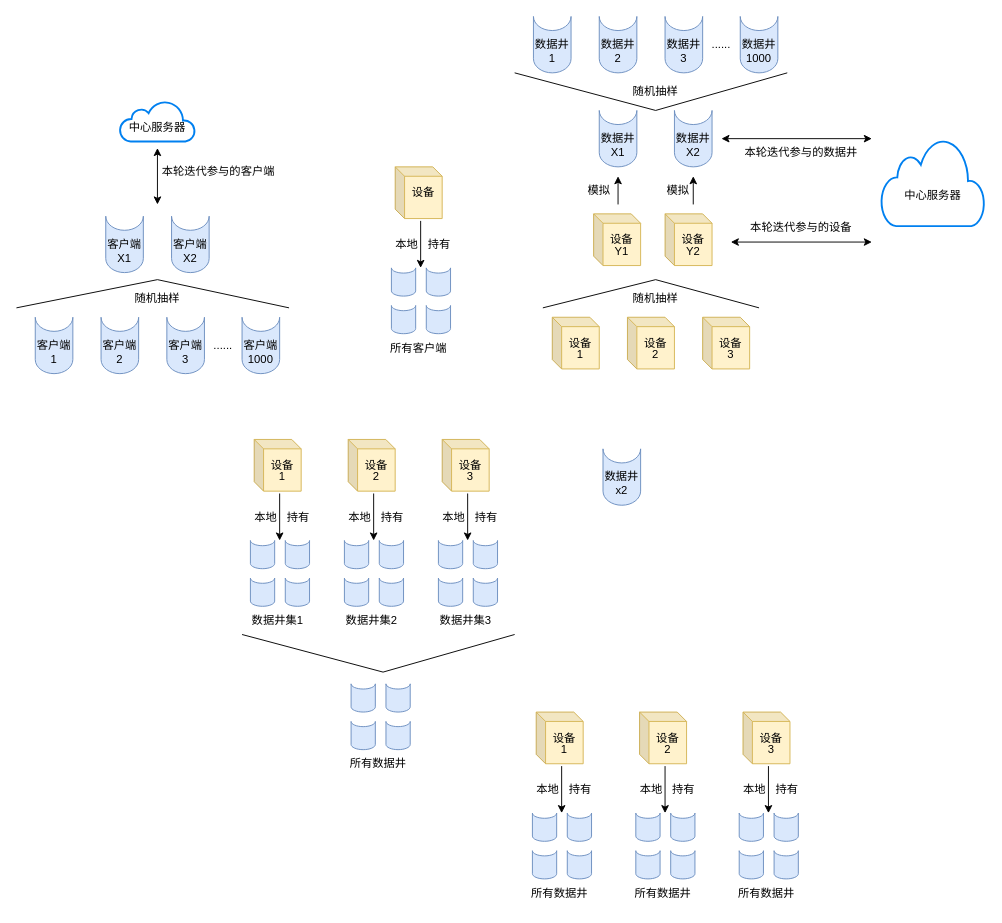
Earlier version of the draw.io diagram Untitled Diagram.drawio (DiamondDocument/DiamondDocument). Source tidied: cells renumbered, new cells numbered last; positions are measured from the earlier drawing's top-left corner, leaving out a move shared by most shapes. Both pictures are drawn from the tidied source at 94%, with x=0, y=0 at pixel (16, 16).
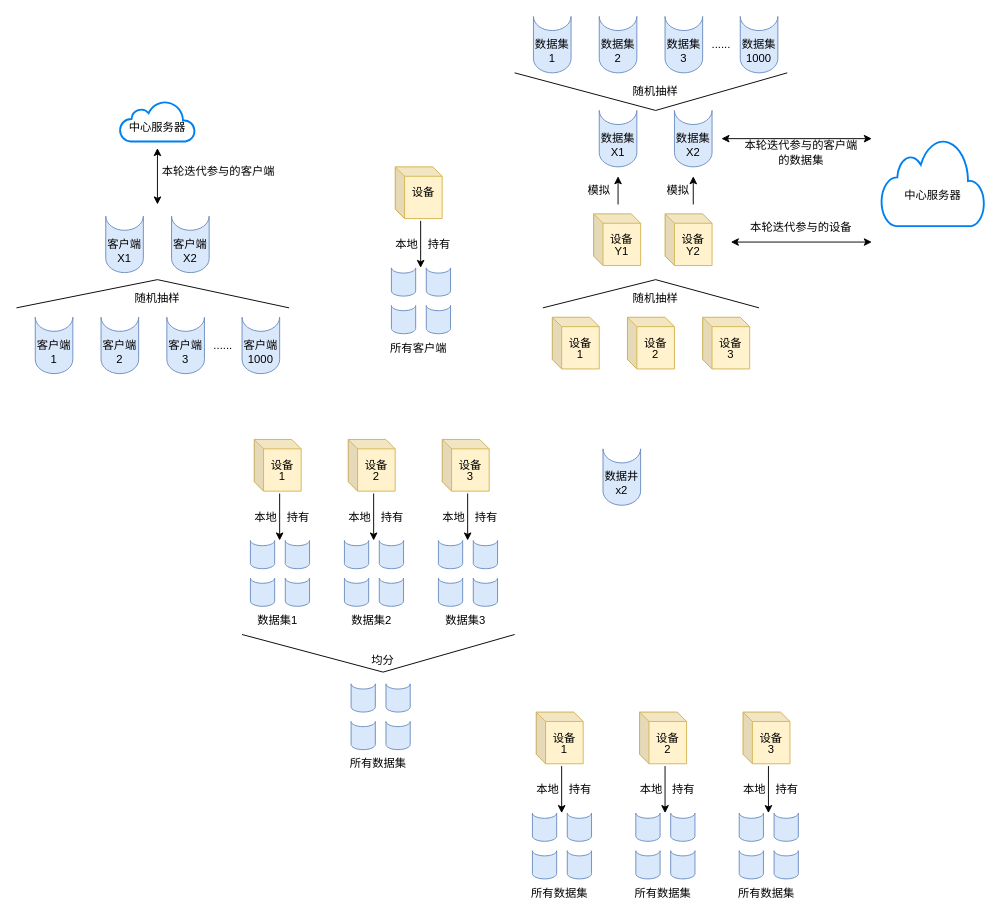
The same diagram, later.

The change refers to these unchanged cells:
```xml
<mxCell id="79" style="group;" parent="1" vertex="1">
  <mxGeometry x="610" y="100" width="60" height="60" as="geometry" />
</mxCell>
<mxCell id="85" style="group;" parent="1" vertex="1">
  <mxGeometry x="690" y="100" width="60" height="60" as="geometry" />
</mxCell>
<mxCell id="91" style="group;" parent="90" vertex="1">
  <mxGeometry width="60" height="60" as="geometry" />
</mxCell>
<mxCell id="95" style="group;" parent="90" vertex="1">
  <mxGeometry x="70" width="60" height="60" as="geometry" />
</mxCell>
<mxCell id="99" style="group;" parent="90" vertex="1">
  <mxGeometry x="220" width="60" height="60" as="geometry" />
</mxCell>
<mxCell id="104" style="group;" parent="90" vertex="1">
  <mxGeometry x="140" width="60" height="60" as="geometry" />
</mxCell>
<mxCell id="123" style="group;" parent="118" vertex="1">
  <mxGeometry x="12.9" y="107.5" width="70" height="100" as="geometry" />
</mxCell>
<mxCell id="137" style="group;" parent="132" vertex="1">
  <mxGeometry x="12.9" y="107.5" width="70" height="100" as="geometry" />
</mxCell>
<mxCell id="151" style="group;" parent="146" vertex="1">
  <mxGeometry x="12.9" y="107.5" width="70" height="100" as="geometry" />
</mxCell>
<mxCell id="160" style="group;" parent="1" vertex="1">
  <mxGeometry x="350" y="710" width="70" height="100" as="geometry" />
</mxCell>
<mxCell id="173" style="group;" parent="168" vertex="1">
  <mxGeometry x="12.9" y="107.5" width="70" height="100" as="geometry" />
</mxCell>
<mxCell id="187" style="group;" parent="182" vertex="1">
  <mxGeometry x="12.9" y="107.5" width="70" height="100" as="geometry" />
</mxCell>
<mxCell id="201" style="group;" parent="196" vertex="1">
  <mxGeometry x="12.9" y="107.5" width="70" height="100" as="geometry" />
</mxCell>
```

What changed in the source:
```diff
@@
-    <mxCell id="81" value="数据井" style="text;html=1;strokeColor=none;fillColor=none;align=center;verticalAlign=middle;whiteSpace=wrap;rounded=0;" parent="79" vertex="1">
+    <mxCell id="81" value="数据集" style="text;html=1;strokeColor=none;fillColor=none;align=center;verticalAlign=middle;whiteSpace=wrap;rounded=0;" parent="79" vertex="1">
       <mxGeometry y="15" width="60" height="30" as="geometry" />
     </mxCell>
@@
-    <mxCell id="87" value="数据井" style="text;html=1;strokeColor=none;fillColor=none;align=center;verticalAlign=middle;whiteSpace=wrap;rounded=0;" parent="85" vertex="1">
+    <mxCell id="87" value="数据集" style="text;html=1;strokeColor=none;fillColor=none;align=center;verticalAlign=middle;whiteSpace=wrap;rounded=0;" parent="85" vertex="1">
       <mxGeometry y="15" width="60" height="30" as="geometry" />
     </mxCell>
@@
-    <mxCell id="93" value="数据井" style="text;html=1;strokeColor=none;fillColor=none;align=center;verticalAlign=middle;whiteSpace=wrap;rounded=0;" parent="91" vertex="1">
+    <mxCell id="93" value="数据集" style="text;html=1;strokeColor=none;fillColor=none;align=center;verticalAlign=middle;whiteSpace=wrap;rounded=0;" parent="91" vertex="1">
       <mxGeometry y="15" width="60" height="30" as="geometry" />
     </mxCell>
@@
-    <mxCell id="97" value="数据井" style="text;html=1;strokeColor=none;fillColor=none;align=center;verticalAlign=middle;whiteSpace=wrap;rounded=0;" parent="95" vertex="1">
+    <mxCell id="97" value="数据集" style="text;html=1;strokeColor=none;fillColor=none;align=center;verticalAlign=middle;whiteSpace=wrap;rounded=0;" parent="95" vertex="1">
       <mxGeometry y="15" width="60" height="30" as="geometry" />
     </mxCell>
@@
-    <mxCell id="101" value="数据井" style="text;html=1;strokeColor=none;fillColor=none;align=center;verticalAlign=middle;whiteSpace=wrap;rounded=0;" parent="99" vertex="1">
+    <mxCell id="101" value="数据集" style="text;html=1;strokeColor=none;fillColor=none;align=center;verticalAlign=middle;whiteSpace=wrap;rounded=0;" parent="99" vertex="1">
       <mxGeometry y="15" width="60" height="30" as="geometry" />
     </mxCell>
@@
-    <mxCell id="106" value="数据井" style="text;html=1;strokeColor=none;fillColor=none;align=center;verticalAlign=middle;whiteSpace=wrap;rounded=0;" parent="104" vertex="1">
+    <mxCell id="106" value="数据集" style="text;html=1;strokeColor=none;fillColor=none;align=center;verticalAlign=middle;whiteSpace=wrap;rounded=0;" parent="104" vertex="1">
       <mxGeometry y="15" width="60" height="30" as="geometry" />
     </mxCell>
@@
-    <mxCell id="116" value="本轮迭代参与的数据井" style="text;html=1;strokeColor=none;fillColor=none;align=center;verticalAlign=middle;whiteSpace=wrap;rounded=0;" parent="1" vertex="1">
+    <mxCell id="116" value="本轮迭代参与的客户端的数据集" style="text;html=1;strokeColor=none;fillColor=none;align=center;verticalAlign=middle;whiteSpace=wrap;rounded=0;" parent="1" vertex="1">
       <mxGeometry x="770" y="130" width="130" height="30" as="geometry" />
     </mxCell>
@@
-    <mxCell id="128" value="数据井集1" style="text;html=1;strokeColor=none;fillColor=none;align=center;verticalAlign=middle;whiteSpace=wrap;rounded=0;" parent="123" vertex="1">
+    <mxCell id="128" value="数据集1" style="text;html=1;strokeColor=none;fillColor=none;align=center;verticalAlign=middle;whiteSpace=wrap;rounded=0;" parent="123" vertex="1">
       <mxGeometry y="70" width="70" height="30" as="geometry" />
     </mxCell>
@@
-    <mxCell id="142" value="数据井集2" style="text;html=1;strokeColor=none;fillColor=none;align=center;verticalAlign=middle;whiteSpace=wrap;rounded=0;" parent="137" vertex="1">
+    <mxCell id="142" value="数据集2" style="text;html=1;strokeColor=none;fillColor=none;align=center;verticalAlign=middle;whiteSpace=wrap;rounded=0;" parent="137" vertex="1">
       <mxGeometry y="70" width="70" height="30" as="geometry" />
     </mxCell>
@@
-    <mxCell id="156" value="数据井集3" style="text;html=1;strokeColor=none;fillColor=none;align=center;verticalAlign=middle;whiteSpace=wrap;rounded=0;" parent="151" vertex="1">
+    <mxCell id="156" value="数据集3" style="text;html=1;strokeColor=none;fillColor=none;align=center;verticalAlign=middle;whiteSpace=wrap;rounded=0;" parent="151" vertex="1">
       <mxGeometry y="70" width="70" height="30" as="geometry" />
     </mxCell>
@@
-    <mxCell id="165" value="所有数据井" style="text;html=1;strokeColor=none;fillColor=none;align=center;verticalAlign=middle;whiteSpace=wrap;rounded=0;" parent="160" vertex="1">
+    <mxCell id="165" value="所有数据集" style="text;html=1;strokeColor=none;fillColor=none;align=center;verticalAlign=middle;whiteSpace=wrap;rounded=0;" parent="160" vertex="1">
       <mxGeometry y="70" width="70" height="30" as="geometry" />
     </mxCell>
@@
-    <mxCell id="178" value="所有数据井" style="text;html=1;strokeColor=none;fillColor=none;align=center;verticalAlign=middle;whiteSpace=wrap;rounded=0;" parent="173" vertex="1">
+    <mxCell id="178" value="所有数据集" style="text;html=1;strokeColor=none;fillColor=none;align=center;verticalAlign=middle;whiteSpace=wrap;rounded=0;" parent="173" vertex="1">
       <mxGeometry y="70" width="70" height="30" as="geometry" />
     </mxCell>
@@
-    <mxCell id="192" value="所有数据井" style="text;html=1;strokeColor=none;fillColor=none;align=center;verticalAlign=middle;whiteSpace=wrap;rounded=0;" parent="187" vertex="1">
+    <mxCell id="192" value="所有数据集" style="text;html=1;strokeColor=none;fillColor=none;align=center;verticalAlign=middle;whiteSpace=wrap;rounded=0;" parent="187" vertex="1">
       <mxGeometry y="70" width="70" height="30" as="geometry" />
     </mxCell>
@@
-    <mxCell id="206" value="所有数据井" style="text;html=1;strokeColor=none;fillColor=none;align=center;verticalAlign=middle;whiteSpace=wrap;rounded=0;" parent="201" vertex="1">
+    <mxCell id="206" value="所有数据集" style="text;html=1;strokeColor=none;fillColor=none;align=center;verticalAlign=middle;whiteSpace=wrap;rounded=0;" parent="201" vertex="1">
       <mxGeometry y="70" width="70" height="30" as="geometry" />
     </mxCell>
@@
+    <mxCell id="210" value="均分" style="text;html=1;strokeColor=none;fillColor=none;align=center;verticalAlign=middle;whiteSpace=wrap;rounded=0;" parent="1" vertex="1">
+      <mxGeometry x="360" y="670" width="60" height="30" as="geometry" />
+    </mxCell>
```
